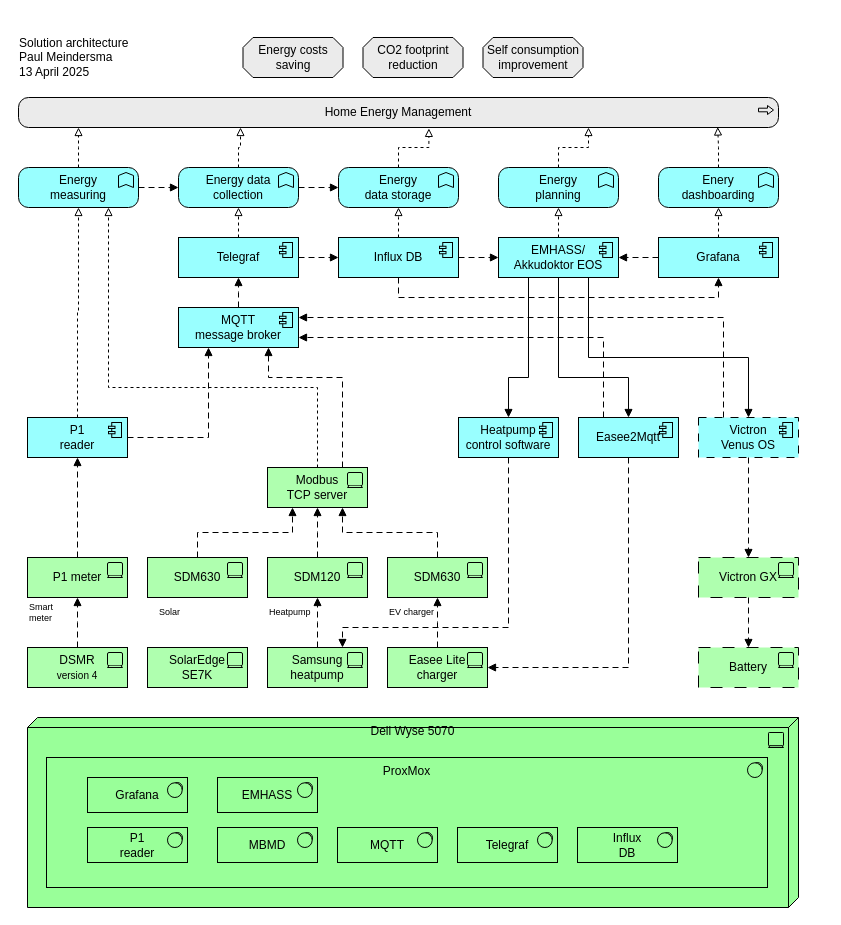
Earlier version of the draw.io diagram Solution architecture.drawio (pmeindersma/OptimizeSolar). Source tidied: cells renumbered, new cells numbered last; positions are measured from the earlier drawing's top-left corner, leaving out a move shared by most shapes. Both pictures are drawn from the tidied source at 100%, with x=0, y=0 at pixel (17, 32).
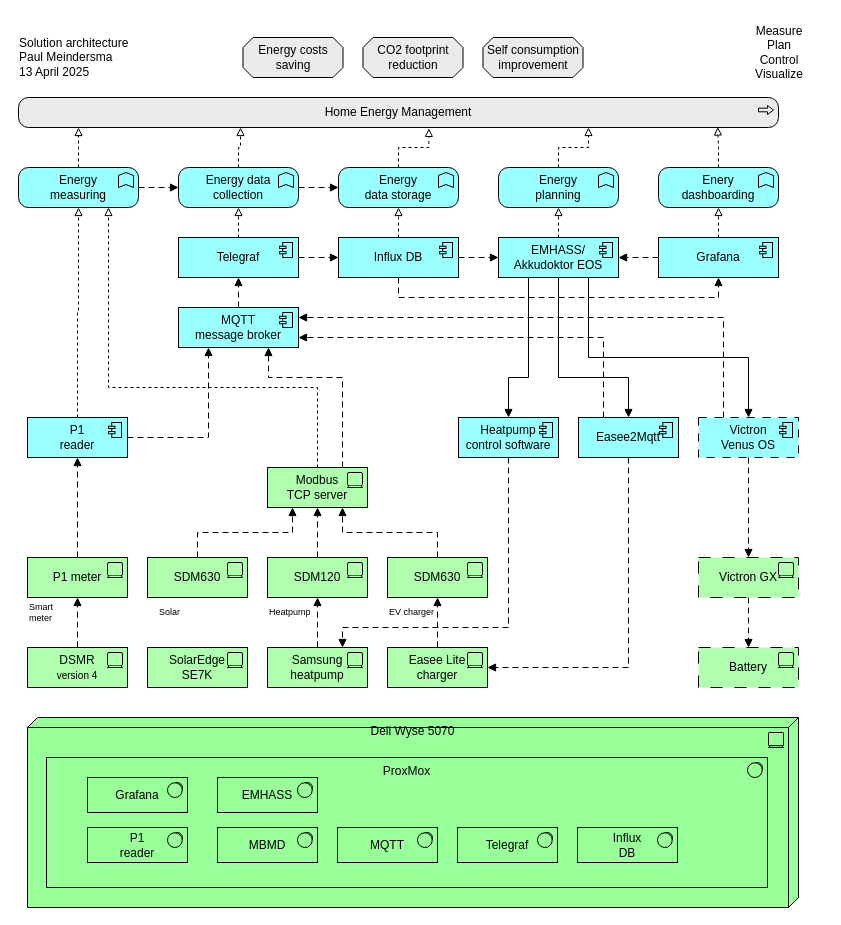
The same diagram, later.

Diff of the diagram source:
```diff
@@
+    <mxCell id="81" value="Measure&lt;div&gt;Plan&lt;/div&gt;&lt;div&gt;Control&lt;/div&gt;&lt;div&gt;Visualize&lt;/div&gt;" style="text;html=1;align=center;verticalAlign=middle;whiteSpace=wrap;rounded=0;" parent="1" vertex="1">
+      <mxGeometry x="717" y="-15" width="90" height="70" as="geometry" />
+    </mxCell>
```
